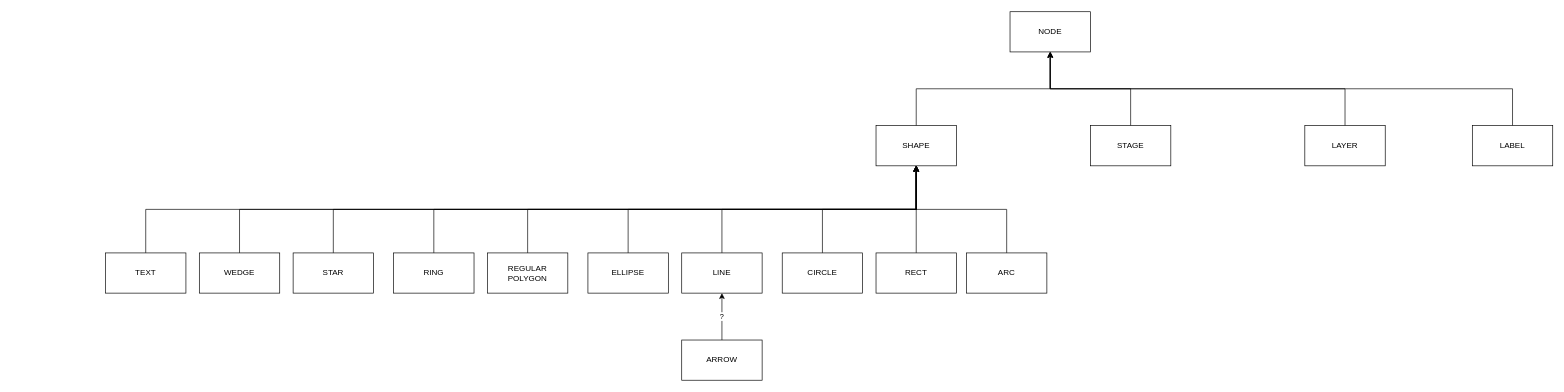
This is Docs/KonvaHierarchy.drawio from xevilmaxx/BlazorKonva, a draw.io file, before an edit. Source tidied: cells renumbered, new cells numbered last; positions are measured from the earlier drawing's top-left corner, leaving out a move shared by most shapes. Both pictures are drawn from the tidied source at 67%, with x=0, y=0 at pixel (105, 11).
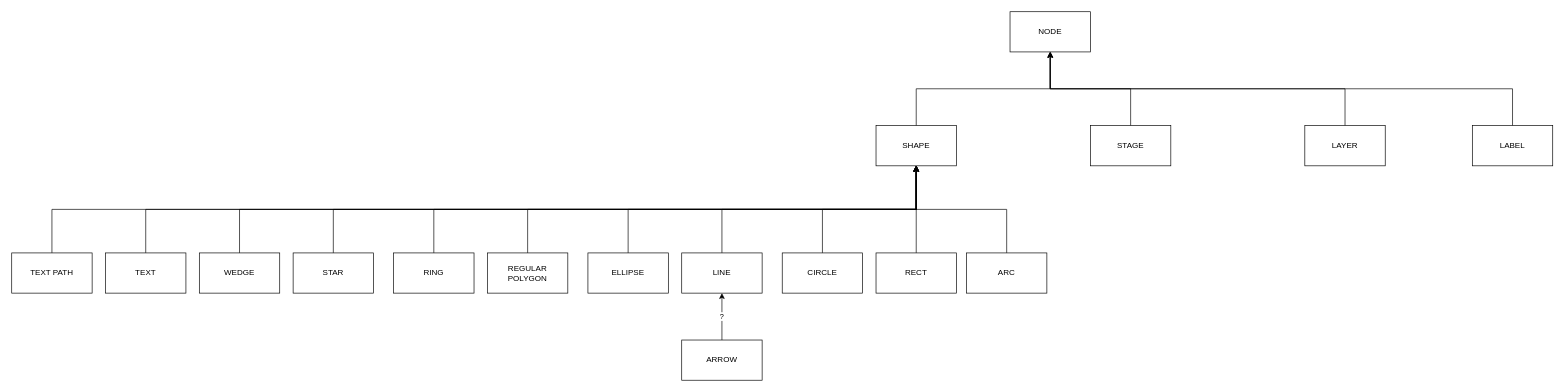
The same diagram, later.

Commit message (it also covers changes not shown here):
text path

Unchanged cells that the change refers to:
```xml
<mxCell id="4" value="SHAPE" style="rounded=0;whiteSpace=wrap;html=1;" parent="1" vertex="1">
  <mxGeometry x="1150" y="170" width="120" height="60" as="geometry" />
</mxCell>
```

Diff of the diagram source:
```diff
@@
+    <mxCell id="33" style="edgeStyle=orthogonalEdgeStyle;rounded=0;jettySize=auto;html=1;entryX=0.5;entryY=1;entryDx=0;entryDy=0;exitX=0.5;exitY=0;exitDx=0;exitDy=0;" parent="1" edge="1" source="34" target="4">
+      <mxGeometry relative="1" as="geometry" />
+    </mxCell>
+    <mxCell id="34" value="TEXT PATH" style="rounded=0;whiteSpace=wrap;html=1;" parent="1" vertex="1">
+      <mxGeometry x="-140" y="360" width="120" height="60" as="geometry" />
+    </mxCell>
```
